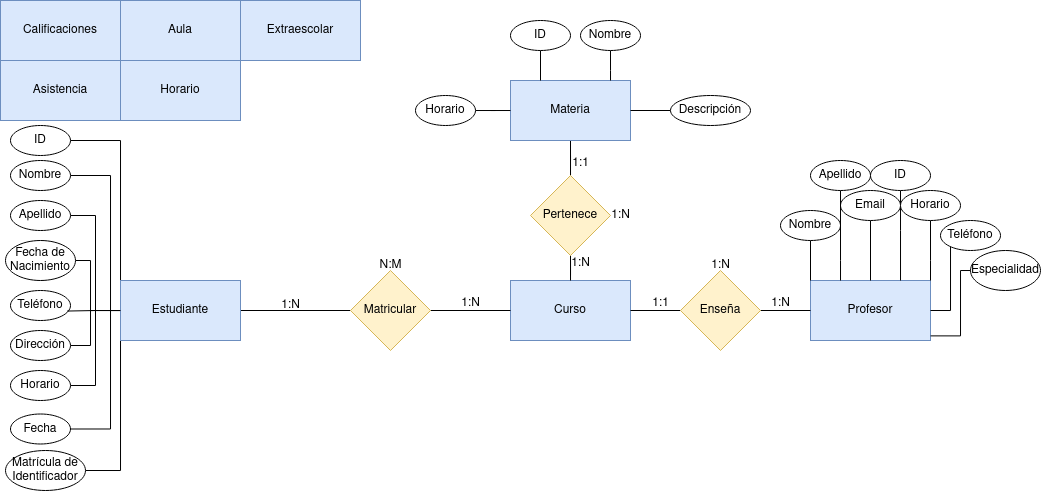
Above: diagrama-tarea2.png in GermanOjeda/base-datos (draw.io), before the change. Source tidied: cells renumbered, new cells last; positions are measured from the earlier drawing's top-left corner, leaving out a move shared by most shapes.
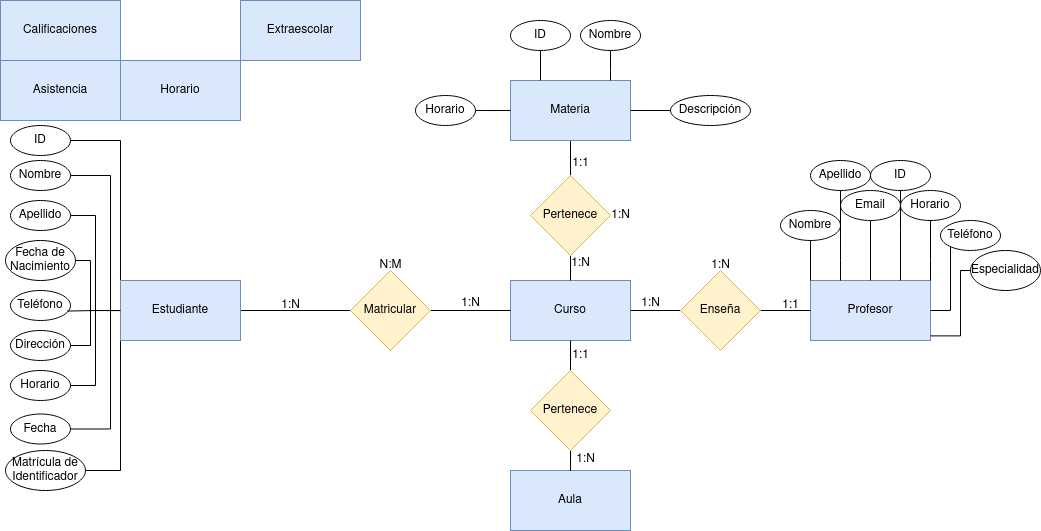
After the change.

Change to the diagram source:
```diff
@@ -124,10 +124,10 @@
       <mxGeometry x="680" y="270" width="80" height="80" as="geometry" />
     </mxCell>
     <mxCell id="33" value="1:1" style="text;html=1;align=center;verticalAlign=middle;strokeColor=none;fillColor=none;" parent="1" vertex="1">
-      <mxGeometry x="640" y="288" width="40" height="30" as="geometry" />
+      <mxGeometry x="770" y="290" width="40" height="30" as="geometry" />
     </mxCell>
     <mxCell id="34" value="1:N" style="text;html=1;align=center;verticalAlign=middle;strokeColor=none;fillColor=none;" parent="1" vertex="1">
-      <mxGeometry x="760" y="288" width="40" height="30" as="geometry" />
+      <mxGeometry x="630" y="288" width="40" height="30" as="geometry" />
     </mxCell>
     <mxCell id="35" value="1:N" style="text;html=1;align=center;verticalAlign=middle;strokeColor=none;fillColor=none;" parent="1" vertex="1">
       <mxGeometry x="700" y="250" width="40" height="30" as="geometry" />
@@ -136,7 +136,7 @@
       <mxGeometry x="510" y="80" width="120" height="60" as="geometry" />
     </mxCell>
     <mxCell id="37" value="Aula" style="rounded=0;whiteSpace=wrap;html=1;fillColor=#dae8fc;strokeColor=#6c8ebf;" parent="1" vertex="1">
-      <mxGeometry x="120" width="120" height="60" as="geometry" />
+      <mxGeometry x="510" y="470" width="120" height="60" as="geometry" />
     </mxCell>
     <mxCell id="38" value="Asistencia" style="rounded=0;whiteSpace=wrap;html=1;fillColor=#dae8fc;strokeColor=#6c8ebf;" parent="1" vertex="1">
       <mxGeometry y="60" width="120" height="60" as="geometry" />
@@ -265,5 +265,20 @@
     <mxCell id="68" value="Horario" style="ellipse;whiteSpace=wrap;html=1;" parent="1" vertex="1">
       <mxGeometry x="415" y="95" width="60" height="30" as="geometry" />
     </mxCell>
+    <mxCell id="69" style="edgeStyle=orthogonalEdgeStyle;rounded=0;jettySize=auto;html=1;exitX=0.5;exitY=0;exitDx=0;exitDy=0;endArrow=none;endFill=0;" parent="1" edge="1" source="71" target="13">
+      <mxGeometry relative="1" as="geometry" />
+    </mxCell>
+    <mxCell id="70" style="edgeStyle=orthogonalEdgeStyle;rounded=0;jettySize=auto;html=1;endArrow=none;endFill=0;" parent="1" edge="1" source="71" target="37">
+      <mxGeometry relative="1" as="geometry" />
+    </mxCell>
+    <mxCell id="71" value="Pertenece" style="rhombus;whiteSpace=wrap;html=1;fillColor=#fff2cc;strokeColor=#d6b656;" parent="1" vertex="1">
+      <mxGeometry x="530" y="370" width="80" height="80" as="geometry" />
+    </mxCell>
+    <mxCell id="72" value="1:1" style="text;html=1;align=center;verticalAlign=middle;strokeColor=none;fillColor=none;" parent="1" vertex="1">
+      <mxGeometry x="560" y="340" width="40" height="30" as="geometry" />
+    </mxCell>
+    <mxCell id="73" value="1:N" style="text;html=1;align=center;verticalAlign=middle;strokeColor=none;fillColor=none;" parent="1" vertex="1">
+      <mxGeometry x="565" y="443.5" width="40" height="30" as="geometry" />
+    </mxCell>
   </root>
 </mxGraphModel>
```
